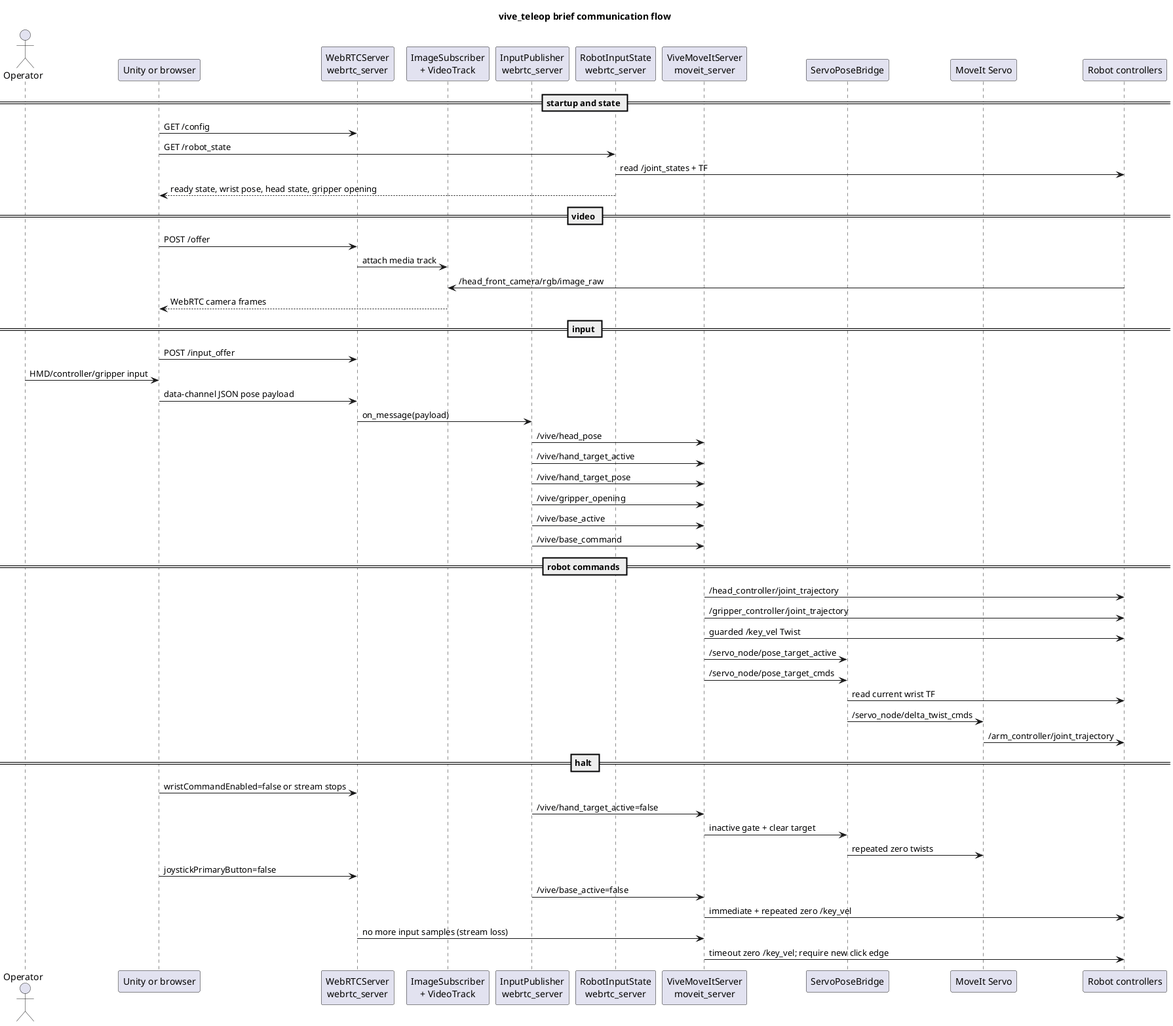
Before: docs/architecture/communication/data-flow.png, a diagram exported from PlantUML (ichores-research/vive_teleop).
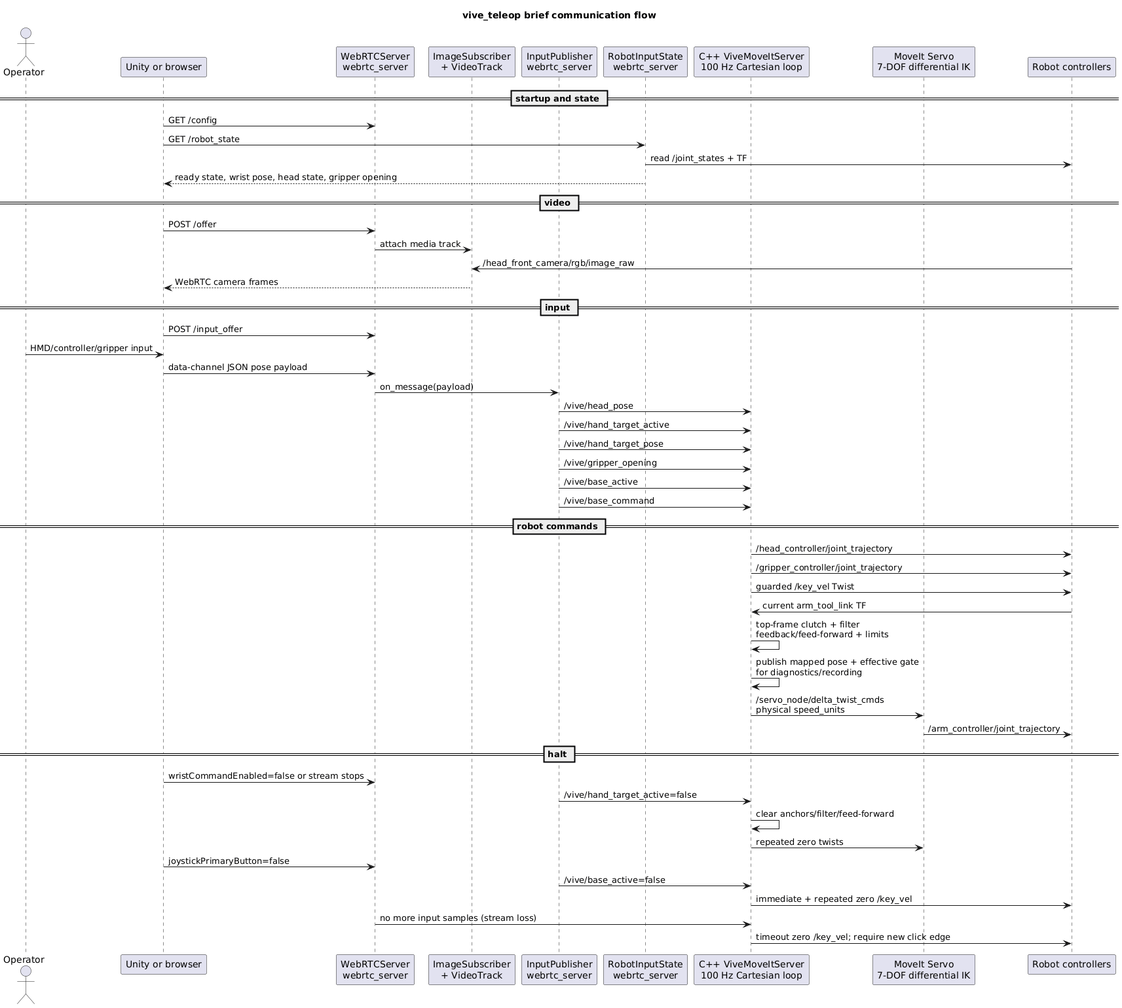
The same file after the commit.

What changed in the source:
```diff
@@ -11,9 +11,8 @@
 participant "ImageSubscriber\n+ VideoTrack" as Video
 participant "InputPublisher\nwebrtc_server" as Input
 participant "RobotInputState\nwebrtc_server" as Snapshot
-participant "ViveMoveItServer\nmoveit_server" as Teleop
-participant "ServoPoseBridge" as Bridge
-participant "MoveIt Servo" as Servo
+participant "C++ ViveMoveItServer\n100 Hz Cartesian loop" as Teleop
+participant "MoveIt Servo\n7-DOF differential IK" as Servo
 participant "Robot controllers" as Robot
 
 == startup and state ==
@@ -44,17 +43,17 @@
 Teleop -> Robot : /head_controller/joint_trajectory
 Teleop -> Robot : /gripper_controller/joint_trajectory
 Teleop -> Robot : guarded /key_vel Twist
-Teleop -> Bridge : /servo_node/pose_target_active
-Teleop -> Bridge : /servo_node/pose_target_cmds
-Bridge -> Robot : read current wrist TF
-Bridge -> Servo : /servo_node/delta_twist_cmds
+Robot -> Teleop : current arm_tool_link TF
+Teleop -> Teleop : top-frame clutch + filter\nfeedback/feed-forward + limits
+Teleop -> Teleop : publish mapped pose + effective gate\nfor diagnostics/recording
+Teleop -> Servo : /servo_node/delta_twist_cmds\nphysical speed_units
 Servo -> Robot : /arm_controller/joint_trajectory
 
 == halt ==
 Client -> Server : wristCommandEnabled=false or stream stops
 Input -> Teleop : /vive/hand_target_active=false
-Teleop -> Bridge : inactive gate + clear target
-Bridge -> Servo : repeated zero twists
+Teleop -> Teleop : clear anchors/filter/feed-forward
+Teleop -> Servo : repeated zero twists
 
 Client -> Server : joystickPrimaryButton=false
 Input -> Teleop : /vive/base_active=false
```
